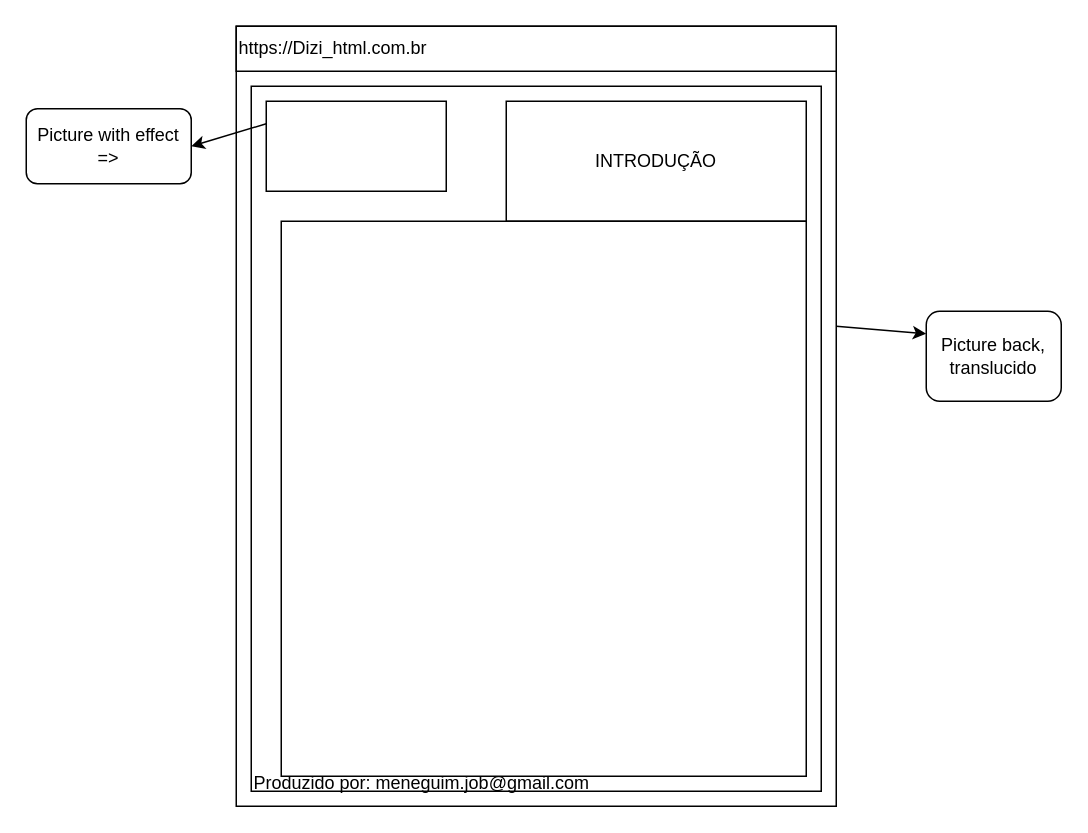
This is Untitled Diagram.drawio from MathMeneguim/Projects, a draw.io file, before an edit. Source tidied: cells renumbered, new cells numbered last; positions are measured from the earlier drawing's top-left corner, leaving out a move shared by most shapes. Both pictures are drawn from the tidied source at 150%, with x=0, y=0 at pixel (26, 26).
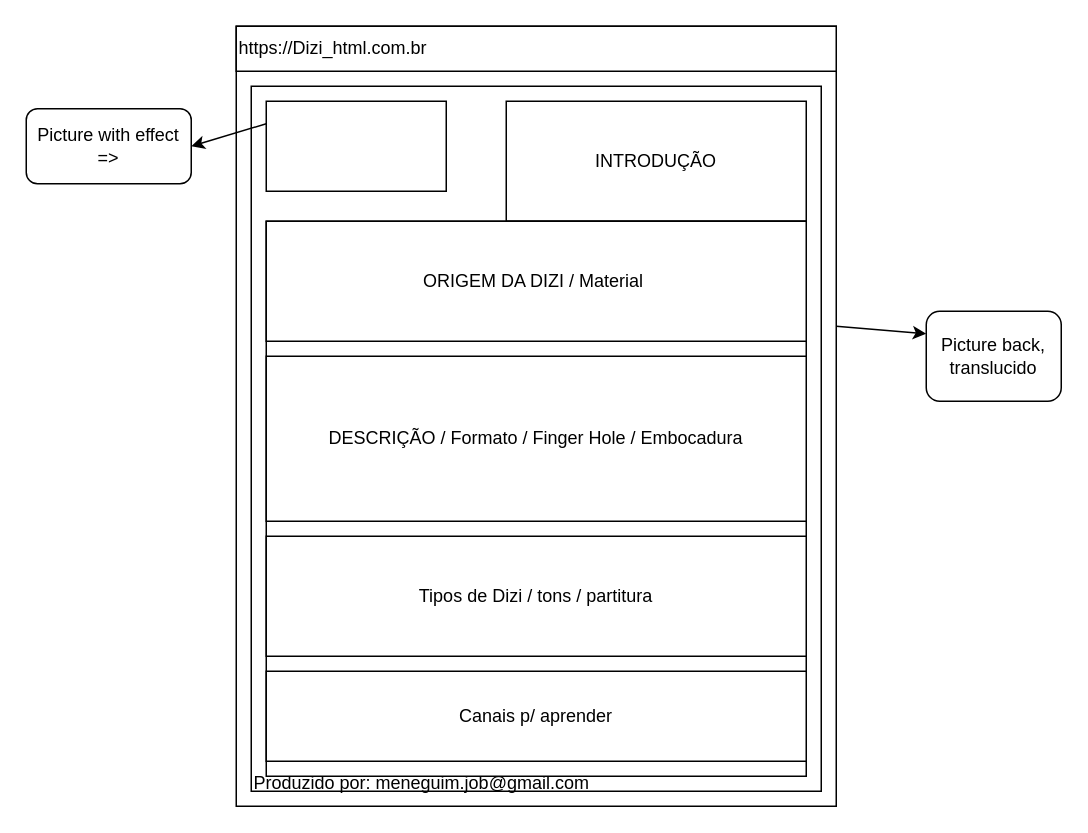
Above is the later version.

Commit message:
Dizi_html_complete

Diff of the diagram source:
```diff
@@
 <mxGraphModel>
   <root>
     <mxCell id="0" />
     <mxCell id="1" parent="0" />
     <mxCell id="2" style="rounded=0;whiteSpace=wrap;html=1;" parent="1" vertex="1">
       <mxGeometry x="280" y="220" width="120" height="60" as="geometry" />
     </mxCell>
     <mxCell id="3" style="rounded=0;whiteSpace=wrap;html=1;" parent="1" vertex="1">
       <mxGeometry x="140" width="400" height="520" as="geometry" />
     </mxCell>
     <mxCell id="4" value="https://Dizi_html.com.br" style="rounded=0;whiteSpace=wrap;html=1;align=left;" parent="1" vertex="1">
       <mxGeometry x="140" width="400" height="30" as="geometry" />
     </mxCell>
     <mxCell id="5" style="rounded=0;whiteSpace=wrap;html=1;" parent="1" vertex="1">
       <mxGeometry x="150" y="40" width="380" height="470" as="geometry" />
     </mxCell>
     <mxCell id="6" style="endArrow=classic;html=1;entryX=0;entryY=0.25;entryDx=0;entryDy=0;" parent="1" edge="1" target="7">
       <mxGeometry relative="1" as="geometry">
         <mxPoint x="540" y="200" as="sourcePoint" />
       </mxGeometry>
     </mxCell>
     <mxCell id="7" value="Picture back, translucido" style="rounded=1;whiteSpace=wrap;html=1;" parent="1" vertex="1">
       <mxGeometry x="600" y="190" width="90" height="60" as="geometry" />
     </mxCell>
     <mxCell id="8" style="rounded=0;whiteSpace=wrap;html=1;" parent="1" vertex="1">
       <mxGeometry x="160" y="50" width="120" height="60" as="geometry" />
     </mxCell>
     <mxCell id="9" style="endArrow=classic;html=1;exitX=0;exitY=0.25;exitDx=0;exitDy=0;entryX=1;entryY=0.5;entryDx=0;entryDy=0;" parent="1" edge="1" source="8" target="10">
       <mxGeometry relative="1" as="geometry" />
     </mxCell>
     <mxCell id="10" value="Picture with effect =&amp;gt;" style="rounded=1;whiteSpace=wrap;html=1;" parent="1" vertex="1">
       <mxGeometry y="55" width="110" height="50" as="geometry" />
     </mxCell>
     <mxCell id="11" value="INTRODUÇÃO" style="rounded=0;whiteSpace=wrap;html=1;" parent="1" vertex="1">
       <mxGeometry x="320" y="50" width="200" height="80" as="geometry" />
     </mxCell>
     <mxCell id="12" style="rounded=0;whiteSpace=wrap;html=1;" parent="1" vertex="1">
-      <mxGeometry x="170" y="130" width="350" height="370" as="geometry" />
+      <mxGeometry x="160" y="130" width="360" height="370" as="geometry" />
     </mxCell>
     <mxCell id="13" value="Produzido por: meneguim.job@gmail.com" style="text;html=1;strokeColor=none;fillColor=none;align=left;verticalAlign=middle;whiteSpace=wrap;rounded=0;" parent="1" vertex="1">
       <mxGeometry x="150" y="500" width="350" height="10" as="geometry" />
     </mxCell>
+    <mxCell id="14" value="ORIGEM DA DIZI / Material&amp;nbsp;" style="rounded=0;whiteSpace=wrap;html=1;align=center;" parent="1" vertex="1">
+      <mxGeometry x="160" y="130" width="360" height="80" as="geometry" />
+    </mxCell>
+    <mxCell id="15" value="DESCRIÇÃO / Formato / Finger Hole / Embocadura" style="rounded=0;whiteSpace=wrap;html=1;align=center;" parent="1" vertex="1">
+      <mxGeometry x="160" y="220" width="360" height="110" as="geometry" />
+    </mxCell>
+    <mxCell id="16" value="Tipos de Dizi / tons / partitura" style="rounded=0;whiteSpace=wrap;html=1;align=center;" parent="1" vertex="1">
+      <mxGeometry x="160" y="340" width="360" height="80" as="geometry" />
+    </mxCell>
+    <mxCell id="17" value="Canais p/ aprender" style="rounded=0;whiteSpace=wrap;html=1;align=center;" parent="1" vertex="1">
+      <mxGeometry x="160" y="430" width="360" height="60" as="geometry" />
+    </mxCell>
   </root>
 </mxGraphModel>
```
